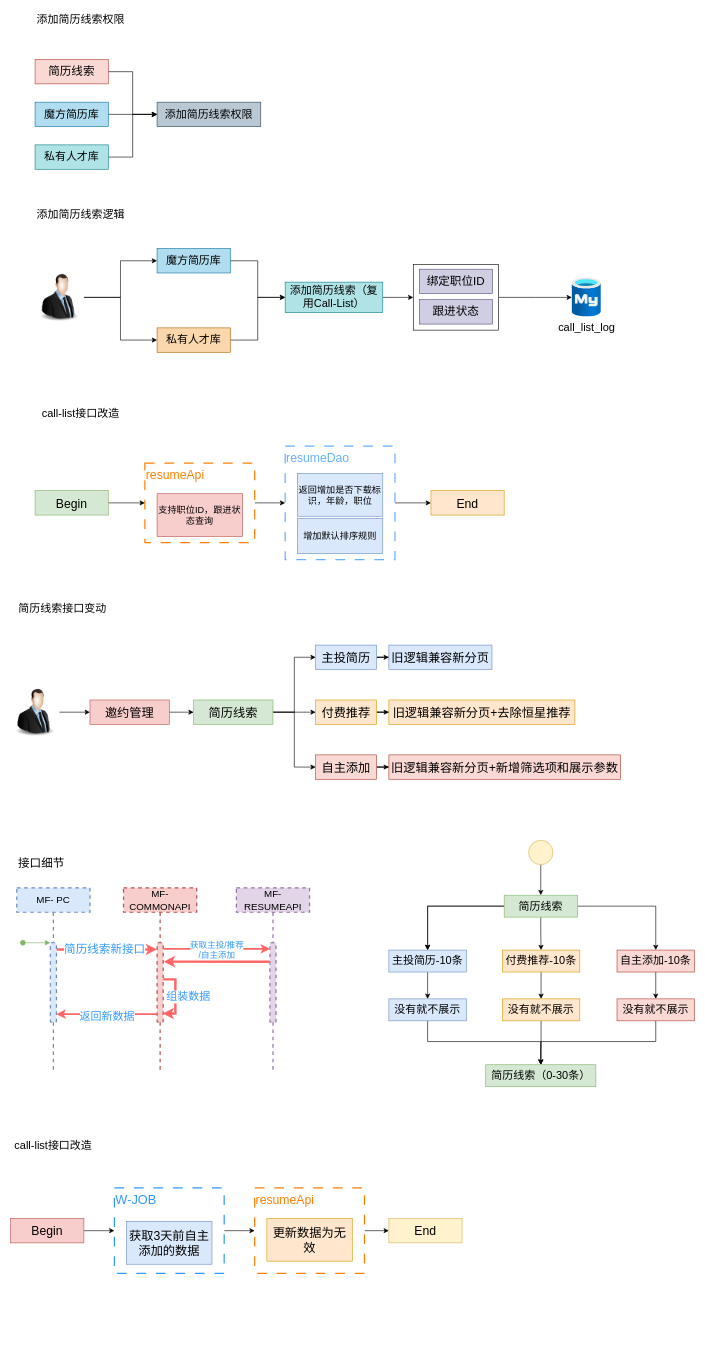
Above: 简历线索优化1.3.drawio in LuOyEbY/draw-b (draw.io), before the change. Source tidied: cells renumbered, new cells numbered last; positions are measured from the earlier drawing's top-left corner, leaving out a move shared by most shapes. Both pictures are drawn from the tidied source at 61%, with x=0, y=0 at pixel (10, 10).
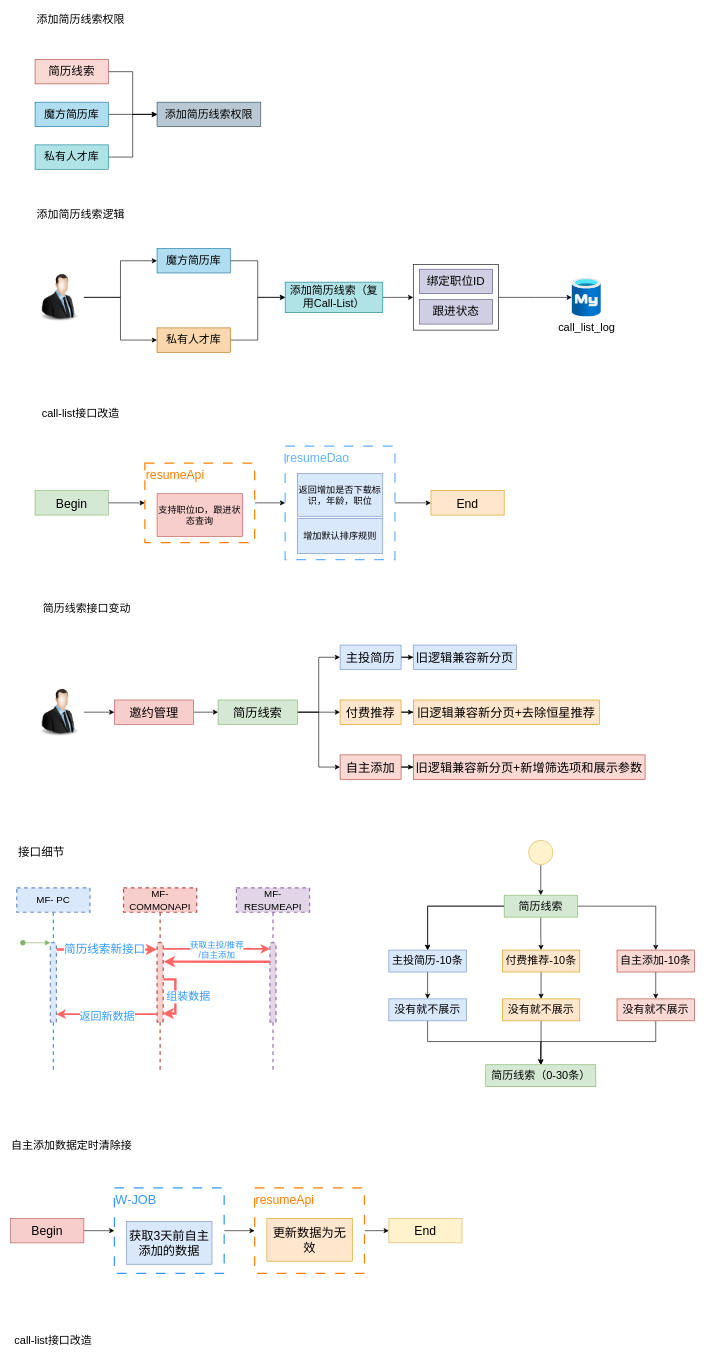
The same page after the edit.

Commit message (it also covers changes not shown here):
更新简历线索优化1.3.drawio

The edit, as a diff of the source:
```diff
@@
     <mxCell id="36" style="image;html=1;image=img/lib/clip_art/people/Suit_Man_128x128.png;fontSize=20;" parent="1" vertex="1">
-      <mxGeometry y="1110" width="80" height="80" as="geometry" />
+      <mxGeometry x="40" y="1110" width="80" height="80" as="geometry" />
     </mxCell>
@@
     <mxCell id="38" value="邀约管理" style="rounded=0;whiteSpace=wrap;html=1;fontSize=20;fillColor=#f8cecc;strokeColor=#b85450;" parent="1" vertex="1">
-      <mxGeometry x="130" y="1130" width="130" height="40" as="geometry" />
+      <mxGeometry x="170" y="1130" width="130" height="40" as="geometry" />
     </mxCell>
@@
     <mxCell id="42" value="简历线索" style="rounded=0;whiteSpace=wrap;html=1;fontSize=20;fillColor=#d5e8d4;strokeColor=#82b366;" parent="1" vertex="1">
-      <mxGeometry x="300" y="1130" width="130" height="40" as="geometry" />
+      <mxGeometry x="340" y="1130" width="130" height="40" as="geometry" />
     </mxCell>
@@
     <mxCell id="44" value="主投简历" style="rounded=0;whiteSpace=wrap;html=1;fontSize=20;fillColor=#dae8fc;strokeColor=#6c8ebf;" parent="1" vertex="1">
-      <mxGeometry x="500" y="1040" width="100" height="40" as="geometry" />
+      <mxGeometry x="540" y="1040" width="100" height="40" as="geometry" />
     </mxCell>
@@
     <mxCell id="46" value="付费推荐" style="rounded=0;whiteSpace=wrap;html=1;fontSize=20;fillColor=#ffe6cc;strokeColor=#d79b00;" parent="1" vertex="1">
-      <mxGeometry x="500" y="1130" width="100" height="40" as="geometry" />
+      <mxGeometry x="540" y="1130" width="100" height="40" as="geometry" />
     </mxCell>
     <mxCell id="47" value="旧逻辑兼容新分页" style="rounded=0;whiteSpace=wrap;html=1;fontSize=20;fillColor=#dae8fc;strokeColor=#6c8ebf;" parent="1" vertex="1">
-      <mxGeometry x="620" y="1040" width="169" height="40" as="geometry" />
+      <mxGeometry x="660" y="1040" width="169" height="40" as="geometry" />
     </mxCell>
     <mxCell id="48" value="旧逻辑兼容新分页+去除恒星推荐" style="rounded=0;whiteSpace=wrap;html=1;fontSize=20;fillColor=#ffe6cc;strokeColor=#d79b00;" parent="1" vertex="1">
-      <mxGeometry x="620" y="1130" width="305" height="40" as="geometry" />
+      <mxGeometry x="660" y="1130" width="305" height="40" as="geometry" />
     </mxCell>
@@
     <mxCell id="58" value="接口细节" style="text;html=1;align=center;verticalAlign=middle;strokeColor=none;fillColor=none;fontSize=19;" parent="1" vertex="1">
-      <mxGeometry y="1378" width="100" height="40" as="geometry" />
+      <mxGeometry y="1360" width="100" height="40" as="geometry" />
     </mxCell>
@@
     <mxCell id="83" value="自主添加" style="rounded=0;whiteSpace=wrap;html=1;fontSize=20;fillColor=#fad9d5;strokeColor=#ae4132;" parent="1" vertex="1">
-      <mxGeometry x="500" y="1220" width="100" height="40" as="geometry" />
+      <mxGeometry x="540" y="1220" width="100" height="40" as="geometry" />
     </mxCell>
     <mxCell id="84" value="旧逻辑兼容新分页+新增筛选项和展示参数" style="rounded=0;whiteSpace=wrap;html=1;fontSize=20;fillColor=#fad9d5;strokeColor=#ae4132;" parent="1" vertex="1">
-      <mxGeometry x="620" y="1220" width="380" height="40" as="geometry" />
+      <mxGeometry x="660" y="1220" width="380" height="40" as="geometry" />
     </mxCell>
@@
-    <mxCell id="99" value="call-list接口改造" style="text;html=1;strokeColor=none;fillColor=none;align=center;verticalAlign=middle;whiteSpace=wrap;rounded=0;fontSize=18;" parent="1" vertex="1">
-      <mxGeometry y="1840" width="140" height="40" as="geometry" />
+    <mxCell id="99" value="自主添加数据定时清除接" style="text;html=1;strokeColor=none;fillColor=none;align=center;verticalAlign=middle;whiteSpace=wrap;rounded=0;fontSize=18;" parent="1" vertex="1">
+      <mxGeometry y="1840" width="200" height="40" as="geometry" />
     </mxCell>
     <mxCell id="100" value="简历线索接口变动" style="text;html=1;strokeColor=none;fillColor=none;align=center;verticalAlign=middle;whiteSpace=wrap;rounded=0;fontSize=18;" parent="1" vertex="1">
-      <mxGeometry y="960" width="170" height="40" as="geometry" />
+      <mxGeometry x="40" y="960" width="170" height="40" as="geometry" />
     </mxCell>
+    <mxCell id="101" value="call-list接口改造" style="text;html=1;strokeColor=none;fillColor=none;align=center;verticalAlign=middle;whiteSpace=wrap;rounded=0;fontSize=18;" parent="1" vertex="1">
+      <mxGeometry y="2160" width="140" height="40" as="geometry" />
+    </mxCell>
```
